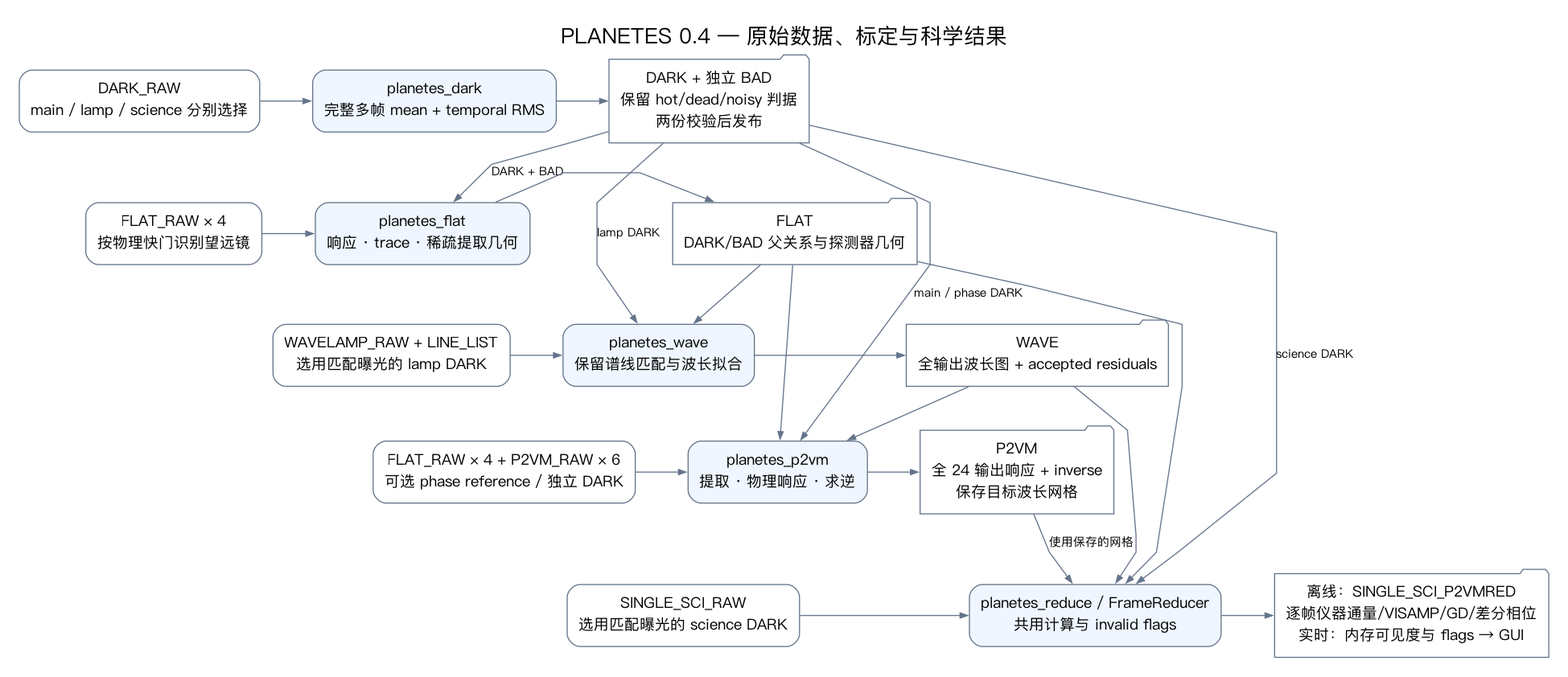
Earlier version of the Graphviz export docs/dataflow.png (zexwu/planetes_pipe). Its source is kept beside it as docs/dataflow.dot.
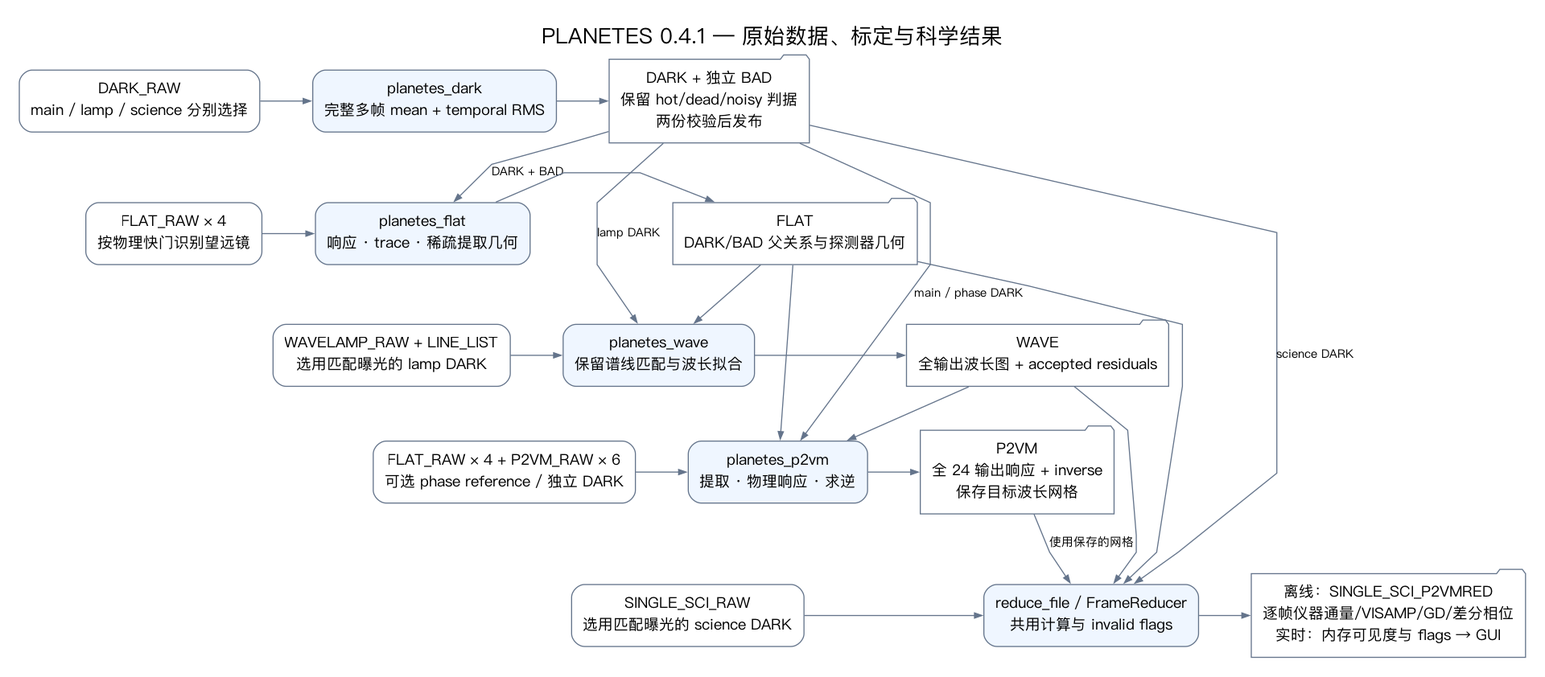
Above is the later version.

Change to the diagram source:
```diff
@@ -1,5 +1,5 @@
 digraph Dataflow {
-  graph [rankdir=TB, bgcolor="white", pad=0.25, nodesep=0.35, ranksep=0.55, splines=polyline, fontname="PingFang SC", fontsize=20, label="PLANETES 0.4 — 原始数据、标定与科学结果", labelloc=t];
+  graph [rankdir=TB, bgcolor="white", pad=0.25, nodesep=0.35, ranksep=0.55, splines=polyline, fontname="PingFang SC", fontsize=20, label="PLANETES 0.4.1 — 原始数据、标定与科学结果", labelloc=t];
   node [shape=box, style="rounded", fontname="PingFang SC", fontsize=14, color="#64748b", margin="0.15,0.12"];
   edge [fontname="PingFang SC", fontsize=11, color="#64748b", arrowsize=0.7];
   rawdark [label="DARK_RAW\nmain / lamp / science 分别选择"];
@@ -15,7 +15,7 @@
   p2vm [label="planetes_p2vm\n提取 · 物理响应 · 求逆", style="rounded,filled", fillcolor="#eff6ff"];
   p2vmfits [label="P2VM\n全 24 输出响应 + inverse\n保存目标波长网格", shape=folder];
   rawscience [label="SINGLE_SCI_RAW\n选用匹配曝光的 science DARK"];
-  science [label="planetes_reduce / FrameReducer\n共用计算与 invalid flags", style="rounded,filled", fillcolor="#eff6ff"];
+  science [label="reduce_file / FrameReducer\n共用计算与 invalid flags", style="rounded,filled", fillcolor="#eff6ff"];
   results [label="离线：SINGLE_SCI_P2VMRED\n逐帧仪器通量/VISAMP/GD/差分相位\n实时：内存可见度与 flags → GUI", shape=folder];
   {rank=same; rawdark; dark; darkfits;}
   {rank=same; rawflat; flat; flatfits;}
```
